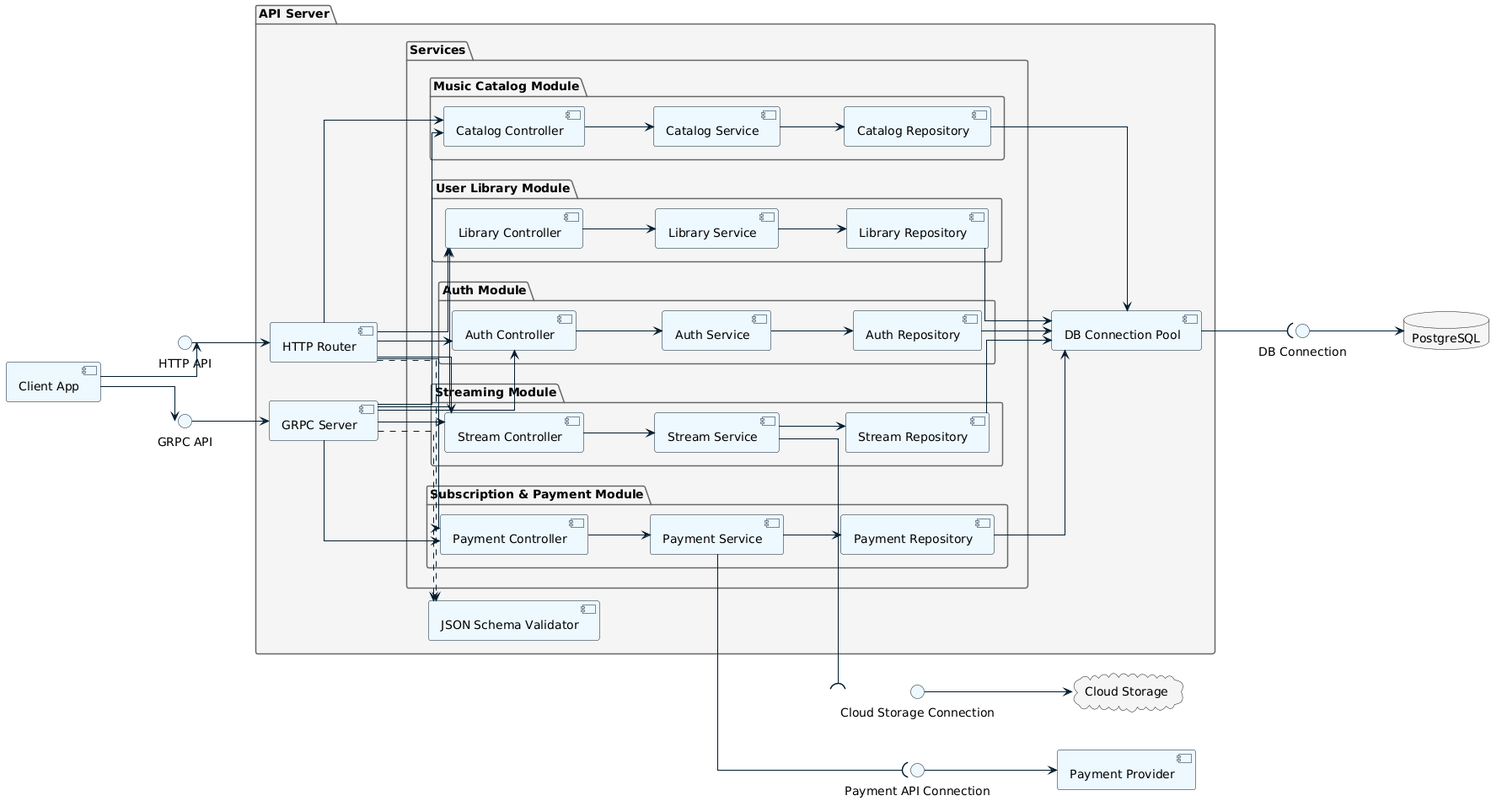
yusik100/labs-mavps keeps this PlantUML diagram as lab_5/uml.png. Above is the earlier version. Its diagram source:
```plantuml
@startuml
skinparam componentStyle uml2
skinparam linetype ortho
skinparam backgroundcolor white
left to right direction

skinparam component {
    BackgroundColor #edf8ff
    BorderColor #001b2e
    ArrowColor #001b2e
}
skinparam package {
    BackgroundColor #f5f5f5
    BorderColor #666666
}
skinparam interface {
    BackgroundColor #edf8ff
    BorderColor #001b2e
}

component "Client App" as Client
cloud "Cloud Storage" as Cloud
database "PostgreSQL" as DB
component "Payment Provider" as PayProv

package "API Server" {

    component "HTTP Router" as Http
    component "GRPC Server" as Grpc

    component "JSON Schema Validator" as Validator

    package "Services" {

        package "Streaming Module" {
            component "Stream Controller" as StreamC
            component "Stream Service" as StreamS
            component "Stream Repository" as StreamR

            StreamC --> StreamS
            StreamS --> StreamR
        }

        package "Auth Module" {
            component "Auth Controller" as AuthC
            component "Auth Service" as AuthS
            component "Auth Repository" as AuthR

            AuthC --> AuthS
            AuthS --> AuthR
        }

        package "User Library Module" {
            component "Library Controller" as LibC
            component "Library Service" as LibS
            component "Library Repository" as LibR

            LibC --> LibS
            LibS --> LibR
        }

        package "Music Catalog Module" {
            component "Catalog Controller" as CatC
            component "Catalog Service" as CatS
            component "Catalog Repository" as CatR

            CatC --> CatS
            CatS --> CatR
        }

        package "Subscription & Payment Module" {
            component "Payment Controller" as PayC
            component "Payment Service" as PayS
            component "Payment Repository" as PayR

            PayC --> PayS
            PayS --> PayR
        }
    }

    component "DB Connection Pool" as Pool
}


interface "HTTP API" as I_Http
interface "GRPC API" as I_Grpc

Client --> I_Http
I_Http --> Http

Client --> I_Grpc
I_Grpc --> Grpc

Http ..> Validator
Grpc ..> Validator

Http --> StreamC
Http --> AuthC
Http --> LibC
Http --> CatC
Http --> PayC

Grpc --> StreamC
Grpc --> AuthC
Grpc --> LibC
Grpc --> CatC
Grpc --> PayC

interface "Cloud Storage Connection" as I_Cloud
StreamS --( I_Cloud
I_Cloud --> Cloud

interface "Payment API Connection" as I_Pay
PayS --( I_Pay
I_Pay --> PayProv

StreamR --> Pool
AuthR --> Pool
LibR --> Pool
CatR --> Pool
PayR --> Pool

interface "DB Connection" as I_DB
Pool --( I_DB
I_DB --> DB
@enduml
```
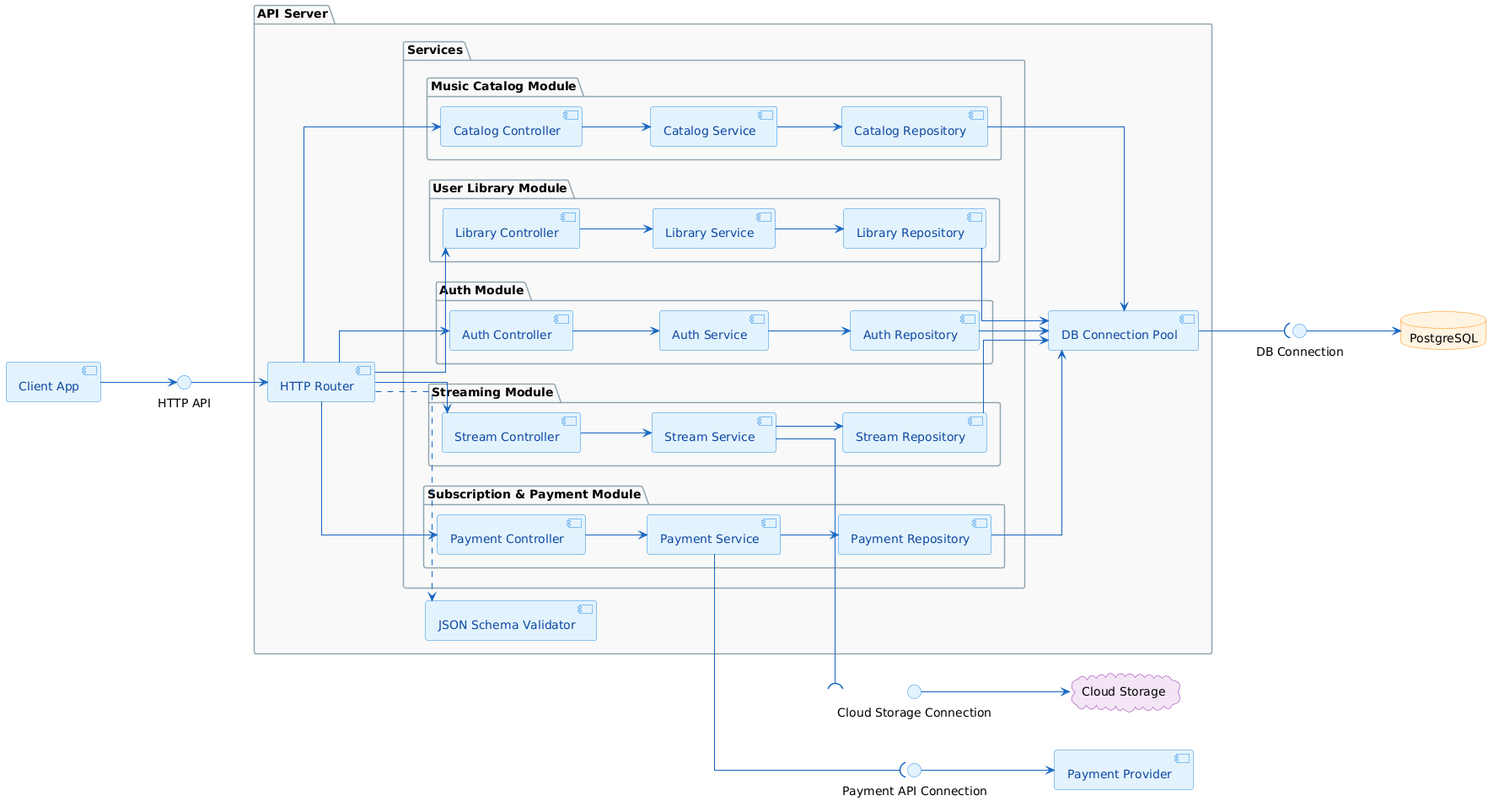
The same file after the commit.

Diff of the diagram source:
```diff
@@ -3,20 +3,31 @@
 skinparam linetype ortho
 skinparam backgroundcolor white
 left to right direction
+skinparam shadowing false
 
 skinparam component {
-    BackgroundColor #edf8ff
-    BorderColor #001b2e
-    ArrowColor #001b2e
+    BackgroundColor #E3F2FD
+    BorderColor #1E88E5
+    ArrowColor #1565C0
+    FontColor #0D47A1
 }
 skinparam package {
-    BackgroundColor #f5f5f5
-    BorderColor #666666
+    BackgroundColor #F9F9F9
+    BorderColor #90A4AE
 }
 skinparam interface {
-    BackgroundColor #edf8ff
-    BorderColor #001b2e
+    BackgroundColor #E3F2FD
+    BorderColor #1E88E5
 }
+skinparam database {
+    BackgroundColor #FFF3E0
+    BorderColor #FB8C00
+}
+skinparam cloud {
+    BackgroundColor #F3E5F5
+    BorderColor #8E24AA
+}
+
 
 component "Client App" as Client
 cloud "Cloud Storage" as Cloud
@@ -26,17 +37,14 @@
 package "API Server" {
 
     component "HTTP Router" as Http
-    component "GRPC Server" as Grpc
 
     component "JSON Schema Validator" as Validator
 
     package "Services" {
-
         package "Streaming Module" {
             component "Stream Controller" as StreamC
             component "Stream Service" as StreamS
             component "Stream Repository" as StreamR
-
             StreamC --> StreamS
             StreamS --> StreamR
         }
@@ -45,7 +53,6 @@
             component "Auth Controller" as AuthC
             component "Auth Service" as AuthS
             component "Auth Repository" as AuthR
-
             AuthC --> AuthS
             AuthS --> AuthR
         }
@@ -54,7 +61,6 @@
             component "Library Controller" as LibC
             component "Library Service" as LibS
             component "Library Repository" as LibR
-
             LibC --> LibS
             LibS --> LibR
         }
@@ -63,7 +69,6 @@
             component "Catalog Controller" as CatC
             component "Catalog Service" as CatS
             component "Catalog Repository" as CatR
-
             CatC --> CatS
             CatS --> CatR
         }
@@ -72,7 +77,6 @@
             component "Payment Controller" as PayC
             component "Payment Service" as PayS
             component "Payment Repository" as PayR
-
             PayC --> PayS
             PayS --> PayR
         }
@@ -83,28 +87,16 @@
 
 
 interface "HTTP API" as I_Http
-interface "GRPC API" as I_Grpc
-
 Client --> I_Http
 I_Http --> Http
 
-Client --> I_Grpc
-I_Grpc --> Grpc
-
 Http ..> Validator
-Grpc ..> Validator
 
 Http --> StreamC
 Http --> AuthC
 Http --> LibC
 Http --> CatC
 Http --> PayC
-
-Grpc --> StreamC
-Grpc --> AuthC
-Grpc --> LibC
-Grpc --> CatC
-Grpc --> PayC
 
 interface "Cloud Storage Connection" as I_Cloud
 StreamS --( I_Cloud
```
